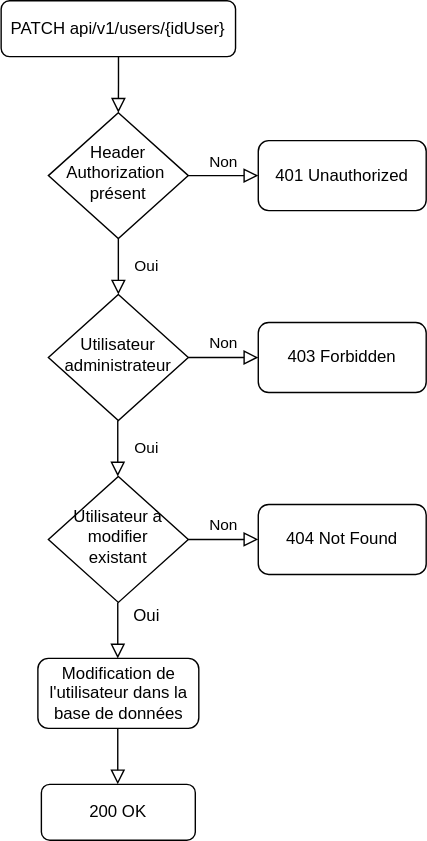
Earlier version of the draw.io export documentation/diagram/drawio/flowchartUpdateOneUser.svg (jonathanboreljaquet/bj-travail-diplome-2021). Source tidied: cells renumbered, new cells last; positions are measured from the earlier drawing's top-left corner, leaving out a move shared by most shapes.
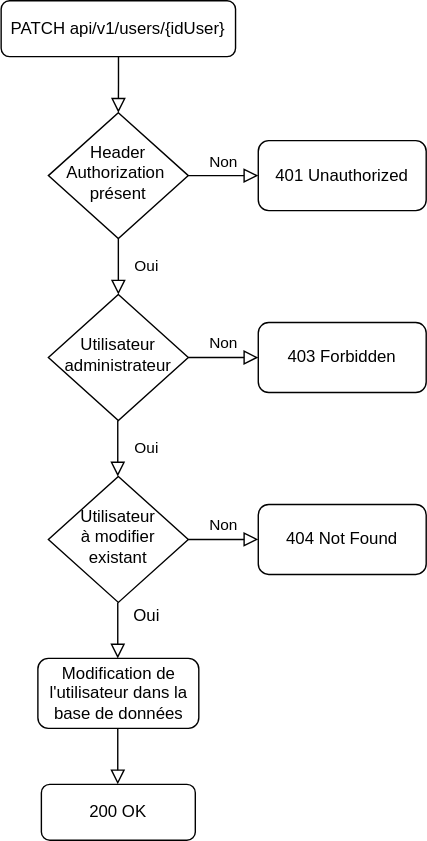
Later version of the same file.

Diff of the diagram source:
```diff
@@ -40,7 +40,7 @@
     <mxCell id="12" value="403 Forbidden" style="rounded=1;whiteSpace=wrap;html=1;fontSize=12;glass=0;strokeWidth=1;shadow=0;" parent="1" vertex="1">
       <mxGeometry x="184" y="230" width="120" height="50" as="geometry" />
     </mxCell>
-    <mxCell id="13" value="Utilisateur à modifier&lt;br&gt;existant" style="rhombus;whiteSpace=wrap;html=1;shadow=0;fontFamily=Helvetica;fontSize=12;align=center;strokeWidth=1;spacing=6;spacingTop=-4;" parent="1" vertex="1">
+    <mxCell id="13" value="Utilisateur &lt;br&gt;à modifier&lt;br&gt;existant" style="rhombus;whiteSpace=wrap;html=1;shadow=0;fontFamily=Helvetica;fontSize=12;align=center;strokeWidth=1;spacing=6;spacingTop=-4;" parent="1" vertex="1">
       <mxGeometry x="34" y="340" width="100" height="90" as="geometry" />
     </mxCell>
     <mxCell id="14" value="Non" style="edgeStyle=orthogonalEdgeStyle;rounded=0;html=1;jettySize=auto;fontSize=11;endArrow=block;endFill=0;endSize=8;strokeWidth=1;shadow=0;labelBackgroundColor=none;" parent="1" edge="1" target="15">
```
